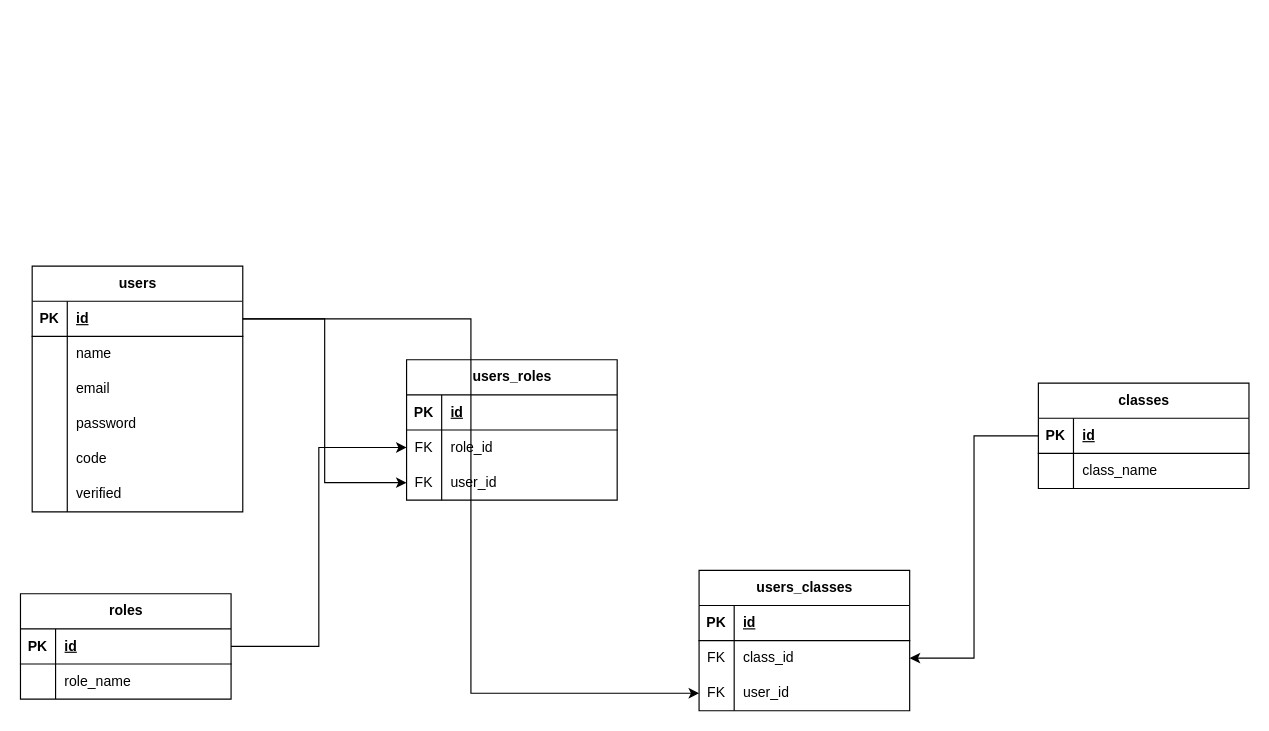
The draw.io diagram sitedb.drawio in GadoGadoEnjoyer/GadoGadoEnjoyer, before the edit. Source tidied: cells renumbered, new cells numbered last; positions are measured from the earlier drawing's top-left corner, leaving out a move shared by most shapes. Both pictures are drawn from the tidied source at 117%, with x=0, y=0 at pixel (20, 266).
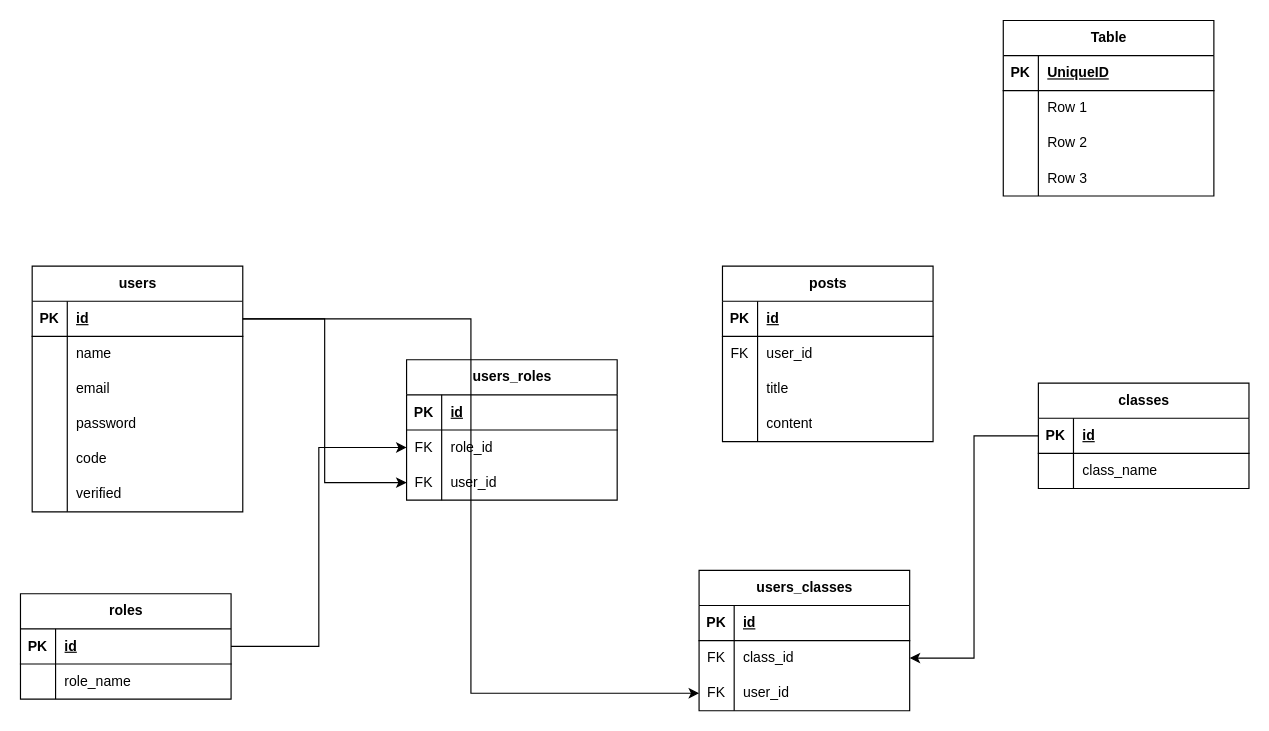
The same diagram, later.

Commit message:
help (piss time baby)

Diff of the diagram source:
```diff
@@
+    <mxCell id="59" value="posts" style="shape=table;startSize=30;childLayout=tableLayout;rowLines=0;fontStyle=1;align=center;html=1;" parent="1" vertex="1">
+      <mxGeometry x="600" width="180" height="150" as="geometry" />
+    </mxCell>
+    <mxCell id="60" style="shape=tableRow;horizontal=0;startSize=0;swimlaneHead=0;swimlaneBody=0;fillColor=none;top=0;left=0;right=0;bottom=1;" parent="59" vertex="1">
+      <mxGeometry y="30" width="180" height="30" as="geometry" />
+    </mxCell>
+    <mxCell id="61" value="PK" style="shape=partialRectangle;fillColor=none;top=0;left=0;bottom=0;right=0;fontStyle=1;overflow=hidden;whiteSpace=wrap;html=1;" parent="60" vertex="1">
+      <mxGeometry width="30" height="30" as="geometry" />
+    </mxCell>
+    <mxCell id="62" value="id" style="shape=partialRectangle;fillColor=none;top=0;left=0;bottom=0;right=0;align=left;spacingLeft=6;fontStyle=5;overflow=hidden;whiteSpace=wrap;html=1;" parent="60" vertex="1">
+      <mxGeometry x="30" width="150" height="30" as="geometry" />
+    </mxCell>
+    <mxCell id="63" style="shape=tableRow;horizontal=0;startSize=0;swimlaneHead=0;swimlaneBody=0;fillColor=none;top=0;left=0;right=0;bottom=0;" parent="59" vertex="1">
+      <mxGeometry y="60" width="180" height="30" as="geometry" />
+    </mxCell>
+    <mxCell id="64" value="FK" style="shape=partialRectangle;fillColor=none;top=0;left=0;bottom=0;right=0;overflow=hidden;whiteSpace=wrap;html=1;" parent="63" vertex="1">
+      <mxGeometry width="30" height="30" as="geometry" />
+    </mxCell>
+    <mxCell id="65" value="user_id" style="shape=partialRectangle;fillColor=none;top=0;left=0;bottom=0;right=0;align=left;spacingLeft=6;overflow=hidden;whiteSpace=wrap;html=1;" parent="63" vertex="1">
+      <mxGeometry x="30" width="150" height="30" as="geometry" />
+    </mxCell>
+    <mxCell id="66" style="shape=tableRow;horizontal=0;startSize=0;swimlaneHead=0;swimlaneBody=0;fillColor=none;top=0;left=0;right=0;bottom=0;" parent="59" vertex="1">
+      <mxGeometry y="90" width="180" height="30" as="geometry" />
+    </mxCell>
+    <mxCell id="67" style="shape=partialRectangle;fillColor=none;top=0;left=0;bottom=0;right=0;overflow=hidden;whiteSpace=wrap;html=1;" parent="66" vertex="1">
+      <mxGeometry width="30" height="30" as="geometry" />
+    </mxCell>
+    <mxCell id="68" value="title" style="shape=partialRectangle;fillColor=none;top=0;left=0;bottom=0;right=0;align=left;spacingLeft=6;overflow=hidden;whiteSpace=wrap;html=1;" parent="66" vertex="1">
+      <mxGeometry x="30" width="150" height="30" as="geometry" />
+    </mxCell>
+    <mxCell id="69" style="shape=tableRow;horizontal=0;startSize=0;swimlaneHead=0;swimlaneBody=0;fillColor=none;top=0;left=0;right=0;bottom=0;" parent="59" vertex="1">
+      <mxGeometry y="120" width="180" height="30" as="geometry" />
+    </mxCell>
+    <mxCell id="70" style="shape=partialRectangle;fillColor=none;top=0;left=0;bottom=0;right=0;overflow=hidden;whiteSpace=wrap;html=1;" parent="69" vertex="1">
+      <mxGeometry width="30" height="30" as="geometry" />
+    </mxCell>
+    <mxCell id="71" value="content" style="shape=partialRectangle;fillColor=none;top=0;left=0;bottom=0;right=0;align=left;spacingLeft=6;overflow=hidden;whiteSpace=wrap;html=1;" parent="69" vertex="1">
+      <mxGeometry x="30" width="150" height="30" as="geometry" />
+    </mxCell>
+    <mxCell id="72" value="Table" style="shape=table;startSize=30;childLayout=tableLayout;rowLines=0;fontStyle=1;align=center;html=1;" parent="1" vertex="1">
+      <mxGeometry x="840" y="-210" width="180" height="150" as="geometry" />
+    </mxCell>
+    <mxCell id="73" style="shape=tableRow;horizontal=0;startSize=0;swimlaneHead=0;swimlaneBody=0;fillColor=none;top=0;left=0;right=0;bottom=1;" parent="72" vertex="1">
+      <mxGeometry y="30" width="180" height="30" as="geometry" />
+    </mxCell>
+    <mxCell id="74" value="PK" style="shape=partialRectangle;fillColor=none;top=0;left=0;bottom=0;right=0;fontStyle=1;overflow=hidden;whiteSpace=wrap;html=1;" parent="73" vertex="1">
+      <mxGeometry width="30" height="30" as="geometry" />
+    </mxCell>
+    <mxCell id="75" value="UniqueID" style="shape=partialRectangle;fillColor=none;top=0;left=0;bottom=0;right=0;align=left;spacingLeft=6;fontStyle=5;overflow=hidden;whiteSpace=wrap;html=1;" parent="73" vertex="1">
+      <mxGeometry x="30" width="150" height="30" as="geometry" />
+    </mxCell>
+    <mxCell id="76" style="shape=tableRow;horizontal=0;startSize=0;swimlaneHead=0;swimlaneBody=0;fillColor=none;top=0;left=0;right=0;bottom=0;" parent="72" vertex="1">
+      <mxGeometry y="60" width="180" height="30" as="geometry" />
+    </mxCell>
+    <mxCell id="77" style="shape=partialRectangle;fillColor=none;top=0;left=0;bottom=0;right=0;overflow=hidden;whiteSpace=wrap;html=1;" parent="76" vertex="1">
+      <mxGeometry width="30" height="30" as="geometry" />
+    </mxCell>
+    <mxCell id="78" value="Row 1" style="shape=partialRectangle;fillColor=none;top=0;left=0;bottom=0;right=0;align=left;spacingLeft=6;overflow=hidden;whiteSpace=wrap;html=1;" parent="76" vertex="1">
+      <mxGeometry x="30" width="150" height="30" as="geometry" />
+    </mxCell>
+    <mxCell id="79" style="shape=tableRow;horizontal=0;startSize=0;swimlaneHead=0;swimlaneBody=0;fillColor=none;top=0;left=0;right=0;bottom=0;" parent="72" vertex="1">
+      <mxGeometry y="90" width="180" height="30" as="geometry" />
+    </mxCell>
+    <mxCell id="80" style="shape=partialRectangle;fillColor=none;top=0;left=0;bottom=0;right=0;overflow=hidden;whiteSpace=wrap;html=1;" parent="79" vertex="1">
+      <mxGeometry width="30" height="30" as="geometry" />
+    </mxCell>
+    <mxCell id="81" value="Row 2" style="shape=partialRectangle;fillColor=none;top=0;left=0;bottom=0;right=0;align=left;spacingLeft=6;overflow=hidden;whiteSpace=wrap;html=1;" parent="79" vertex="1">
+      <mxGeometry x="30" width="150" height="30" as="geometry" />
+    </mxCell>
+    <mxCell id="82" style="shape=tableRow;horizontal=0;startSize=0;swimlaneHead=0;swimlaneBody=0;fillColor=none;top=0;left=0;right=0;bottom=0;" parent="72" vertex="1">
+      <mxGeometry y="120" width="180" height="30" as="geometry" />
+    </mxCell>
+    <mxCell id="83" style="shape=partialRectangle;fillColor=none;top=0;left=0;bottom=0;right=0;overflow=hidden;whiteSpace=wrap;html=1;" parent="82" vertex="1">
+      <mxGeometry width="30" height="30" as="geometry" />
+    </mxCell>
+    <mxCell id="84" value="Row 3" style="shape=partialRectangle;fillColor=none;top=0;left=0;bottom=0;right=0;align=left;spacingLeft=6;overflow=hidden;whiteSpace=wrap;html=1;" parent="82" vertex="1">
+      <mxGeometry x="30" width="150" height="30" as="geometry" />
+    </mxCell>
```
